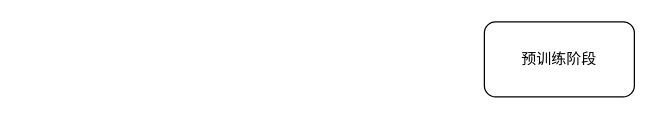
The draw.io diagram 专利.drawio in Pandaxia8/Test, before the edit. Source tidied: cells renumbered, new cells numbered last; positions are measured from the earlier drawing's top-left corner, leaving out a move shared by most shapes. Both pictures are drawn from the tidied source at 125%, with x=0, y=0 at pixel (484, 21).
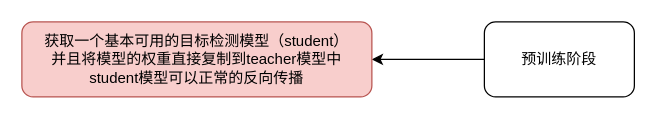
The same diagram, later.

What changed in the source:
```diff
@@
 <mxGraphModel>
   <root>
     <mxCell id="0" />
     <mxCell id="1" parent="0" />
+    <mxCell id="3" style="edgeStyle=orthogonalEdgeStyle;rounded=0;jettySize=auto;html=1;" parent="1" edge="1" source="2" target="4">
+      <mxGeometry relative="1" as="geometry" />
+    </mxCell>
     <mxCell id="2" value="预训练阶段" style="rounded=1;whiteSpace=wrap;html=1;" parent="1" vertex="1">
       <mxGeometry width="120" height="60" as="geometry" />
     </mxCell>
+    <mxCell id="4" value="获取一个基本可用的目标检测模型（student）&lt;br&gt;并且将模型的权重直接复制到teacher模型中&lt;br&gt;student模型可以正常的反向传播" style="rounded=1;whiteSpace=wrap;html=1;fillColor=#f8cecc;strokeColor=#b85450;" parent="1" vertex="1">
+      <mxGeometry x="-370" width="280" height="60" as="geometry" />
+    </mxCell>
   </root>
 </mxGraphModel>
```
